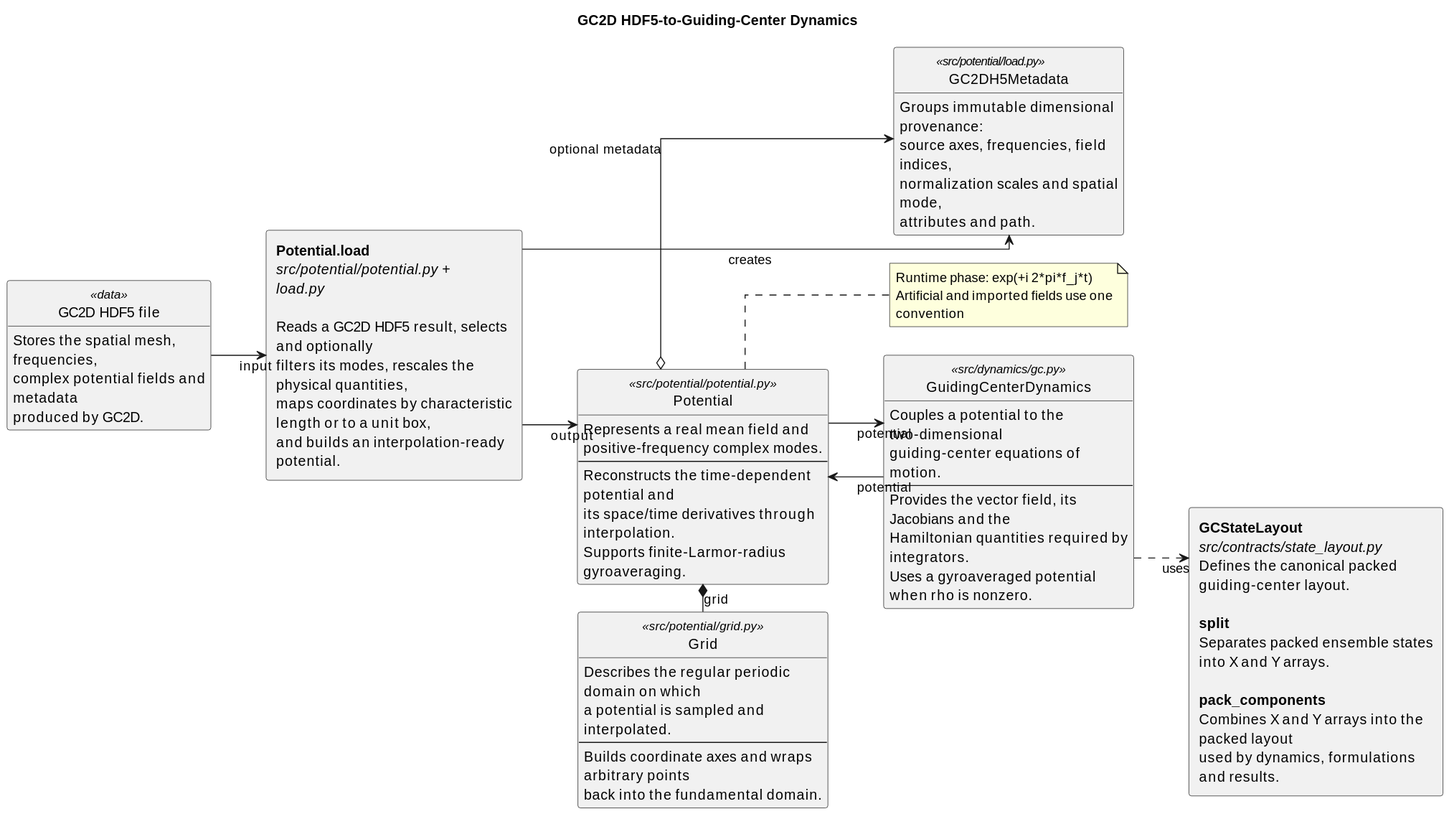
Earlier version of the PlantUML export docs/dynamics/gc2d-h5-potential-architecture.svg (Jugibe-52/GC2D_intranet).
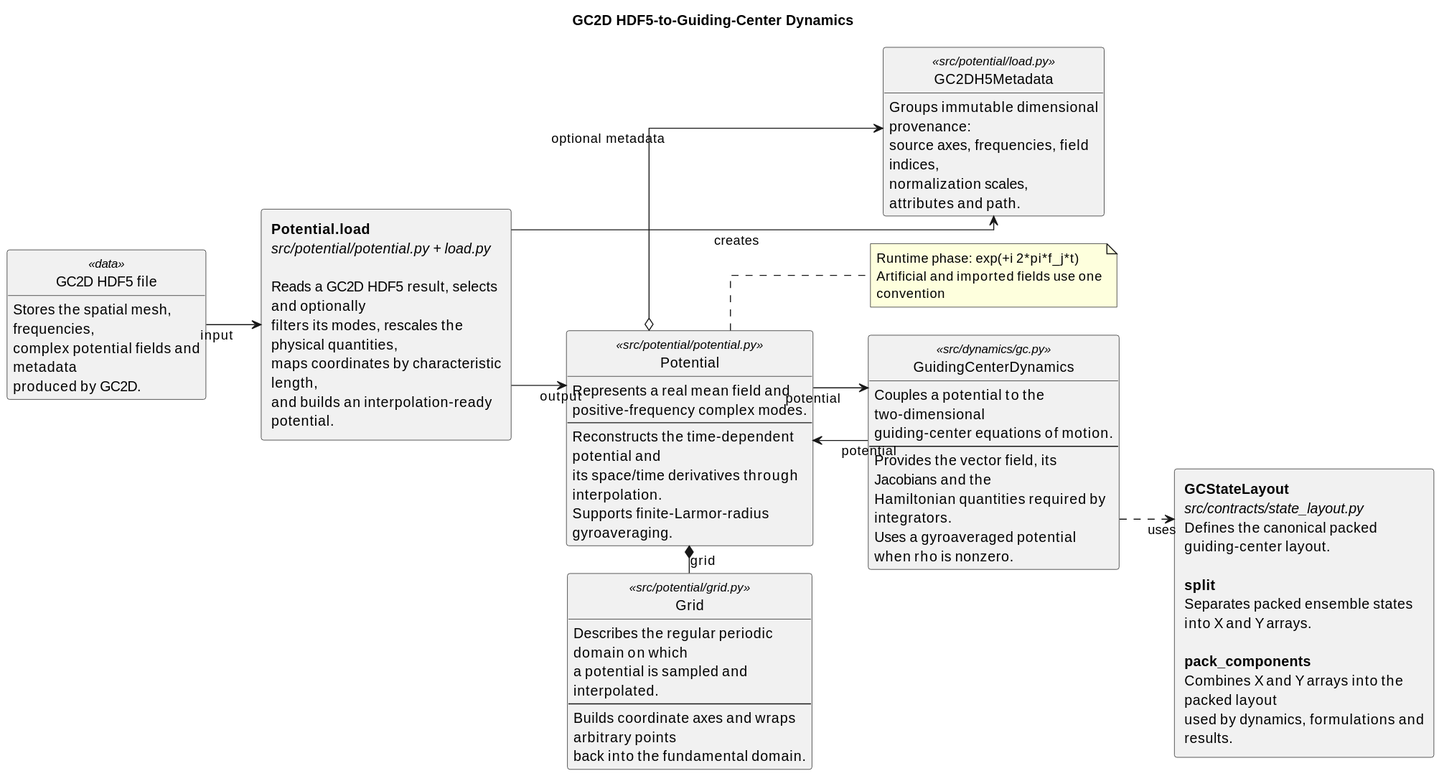
The same diagram one commit later.

The edit, as a diff of the source:
```diff
@@ -21,12 +21,12 @@
   produced by GC2D.
 }
 
-rectangle "<b>Potential.from_gc2d_h5</b>\n<i>src/potential/potential.py + gc2d_h5.py</i>\n\nReads a GC2D HDF5 result, selects and optionally\nfilters its modes, rescales the physical quantities,\nmaps coordinates by characteristic length or to a unit box,\nand builds an interpolation-ready potential." as ImportPipeline
+rectangle "<b>Potential.load</b>\n<i>src/potential/potential.py + load.py</i>\n\nReads a GC2D HDF5 result, selects and optionally\nfilters its modes, rescales the physical quantities,\nmaps coordinates by characteristic length,\nand builds an interpolation-ready potential." as ImportPipeline
 
-class "GC2DH5Metadata" as H5Metadata <<src/potential/gc2d_h5.py>> {
+class "GC2DH5Metadata" as H5Metadata <<src/potential/load.py>> {
   Groups immutable dimensional provenance:
   source axes, frequencies, field indices,
-  normalization scales and spatial mode,
+  normalization scales,
   attributes and path.
 }
 
```
